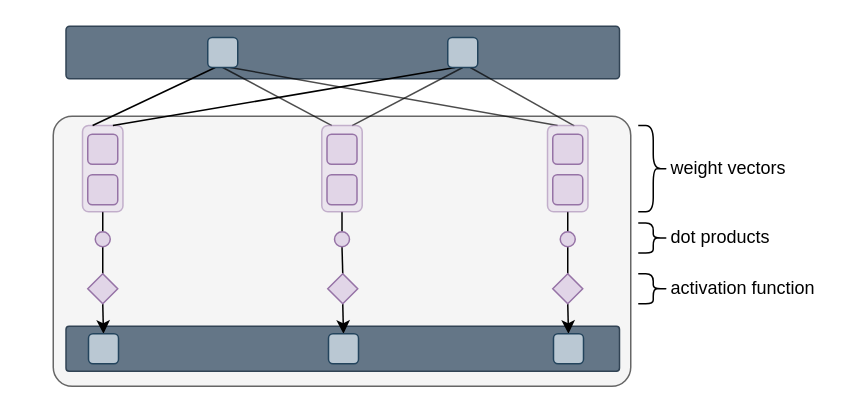
Before: book/images/no-math/ffn-complete-neurons.drawio in yshavit/llm-notes, a draw.io diagram. Source tidied: cells renumbered, new cells numbered last; positions are measured from the earlier drawing's top-left corner, leaving out a move shared by most shapes. Both pictures are drawn from the tidied source at 150%, with x=0, y=0 at pixel (52, 26).
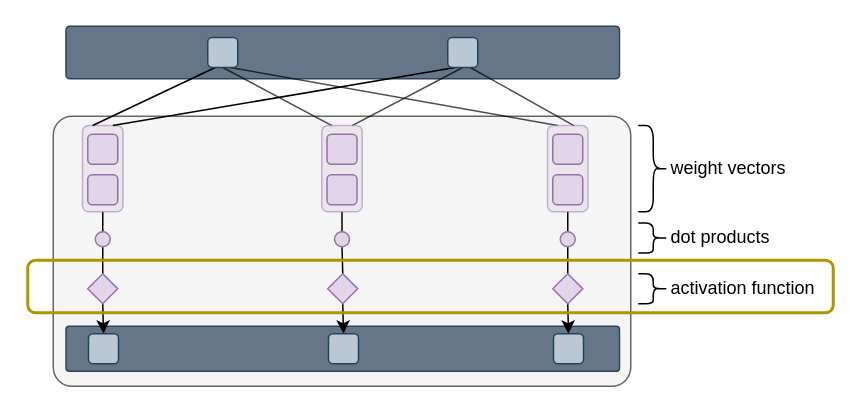
The same page after the edit.

The edit, as a diff of the source:
```diff
@@
+    <mxCell id="46" style="rounded=1;whiteSpace=wrap;html=1;roundedPerimeter=1;fillColor=none;strokeColor=#B09500;strokeWidth=2;fontColor=#000000;" parent="1" vertex="1">
+      <mxGeometry x="-17" y="156" width="537" height="35" as="geometry" />
+    </mxCell>
```
